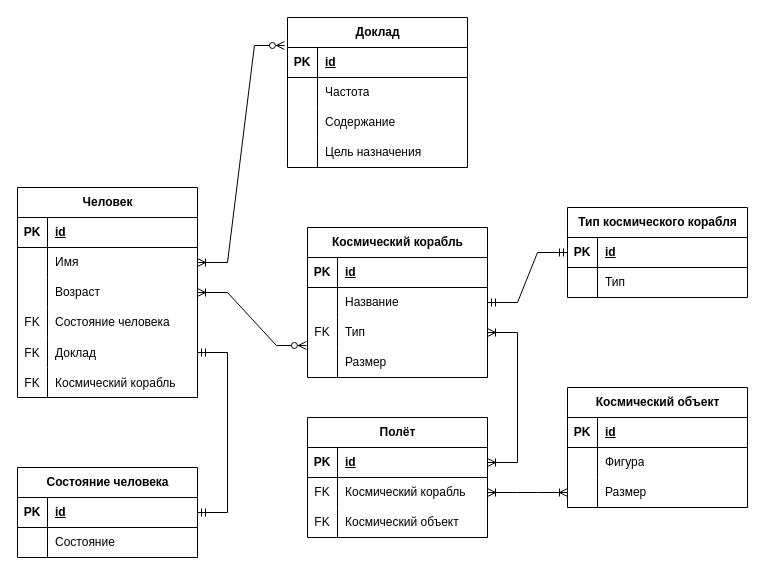
Before: lab1/diagramma.drawio in ExcaliBBur/data_bases, a draw.io diagram. Source tidied: cells renumbered, new cells numbered last; positions are measured from the earlier drawing's top-left corner, leaving out a move shared by most shapes. Both pictures are drawn from the tidied source at 100%, with x=0, y=0 at pixel (17, 17).
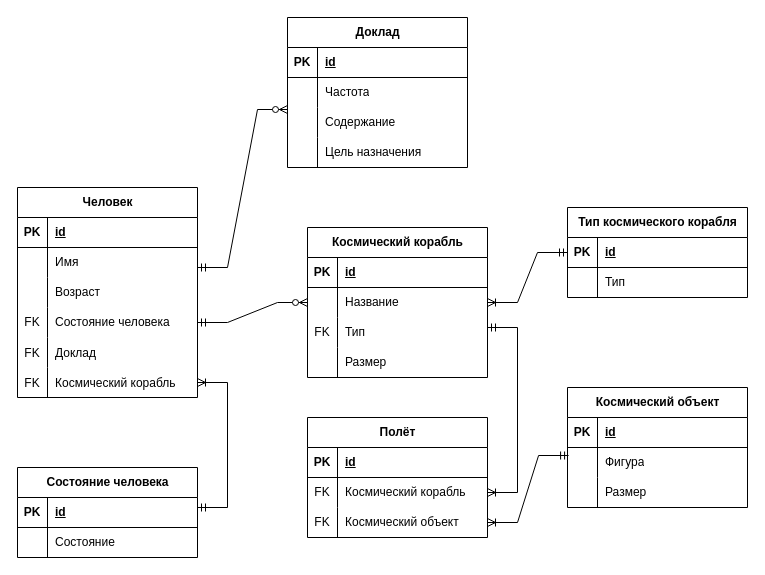
Above is the later version.

Unchanged cells that the change refers to:
```xml
<mxCell id="6" style="shape=tableRow;horizontal=0;startSize=0;swimlaneHead=0;swimlaneBody=0;fillColor=none;points=[[0,0.5],[1,0.5]];portConstraint=eastwest;top=0;left=0;right=0;bottom=0;" parent="2" vertex="1">
  <mxGeometry y="60" width="180" height="30" as="geometry" />
</mxCell>
<mxCell id="9" style="shape=tableRow;horizontal=0;startSize=0;swimlaneHead=0;swimlaneBody=0;fillColor=none;points=[[0,0.5],[1,0.5]];portConstraint=eastwest;top=0;left=0;right=0;bottom=0;" parent="2" vertex="1">
  <mxGeometry y="90" width="180" height="30" as="geometry" />
</mxCell>
<mxCell id="12" style="shape=tableRow;horizontal=0;startSize=0;swimlaneHead=0;swimlaneBody=0;fillColor=none;points=[[0,0.5],[1,0.5]];portConstraint=eastwest;top=0;left=0;right=0;bottom=0;" parent="2" vertex="1">
  <mxGeometry y="120" width="180" height="30" as="geometry" />
</mxCell>
<mxCell id="15" style="shape=tableRow;horizontal=0;startSize=0;swimlaneHead=0;swimlaneBody=0;fillColor=none;points=[[0,0.5],[1,0.5]];portConstraint=eastwest;top=0;left=0;right=0;bottom=0;" parent="2" vertex="1">
  <mxGeometry y="150" width="180" height="30" as="geometry" />
</mxCell>
<mxCell id="18" style="shape=tableRow;horizontal=0;startSize=0;swimlaneHead=0;swimlaneBody=0;fillColor=none;points=[[0,0.5],[1,0.5]];portConstraint=eastwest;top=0;left=0;right=0;bottom=0;" parent="2" vertex="1">
  <mxGeometry y="180" width="180" height="30" as="geometry" />
</mxCell>
<mxCell id="25" style="shape=tableRow;horizontal=0;startSize=0;swimlaneHead=0;swimlaneBody=0;fillColor=none;points=[[0,0.5],[1,0.5]];portConstraint=eastwest;top=0;left=0;right=0;bottom=0;" parent="21" vertex="1">
  <mxGeometry y="60" width="180" height="30" as="geometry" />
</mxCell>
<mxCell id="28" style="shape=tableRow;horizontal=0;startSize=0;swimlaneHead=0;swimlaneBody=0;fillColor=none;points=[[0,0.5],[1,0.5]];portConstraint=eastwest;top=0;left=0;right=0;bottom=0;" parent="21" vertex="1">
  <mxGeometry y="90" width="180" height="30" as="geometry" />
</mxCell>
<mxCell id="31" style="shape=tableRow;horizontal=0;startSize=0;swimlaneHead=0;swimlaneBody=0;fillColor=none;points=[[0,0.5],[1,0.5]];portConstraint=eastwest;top=0;left=0;right=0;bottom=0;" parent="21" vertex="1">
  <mxGeometry y="120" width="180" height="30" as="geometry" />
</mxCell>
<mxCell id="38" style="shape=tableRow;horizontal=0;startSize=0;swimlaneHead=0;swimlaneBody=0;fillColor=none;points=[[0,0.5],[1,0.5]];portConstraint=eastwest;top=0;left=0;right=0;bottom=0;" parent="34" vertex="1">
  <mxGeometry y="60" width="180" height="30" as="geometry" />
</mxCell>
<mxCell id="41" style="shape=tableRow;horizontal=0;startSize=0;swimlaneHead=0;swimlaneBody=0;fillColor=none;points=[[0,0.5],[1,0.5]];portConstraint=eastwest;top=0;left=0;right=0;bottom=0;" parent="34" vertex="1">
  <mxGeometry y="90" width="180" height="30" as="geometry" />
</mxCell>
<mxCell id="45" style="shape=tableRow;horizontal=0;startSize=0;swimlaneHead=0;swimlaneBody=0;fillColor=none;points=[[0,0.5],[1,0.5]];portConstraint=eastwest;top=0;left=0;right=0;bottom=1;" parent="44" vertex="1">
  <mxGeometry y="30" width="180" height="30" as="geometry" />
</mxCell>
<mxCell id="51" style="shape=tableRow;horizontal=0;startSize=0;swimlaneHead=0;swimlaneBody=0;fillColor=none;points=[[0,0.5],[1,0.5]];portConstraint=eastwest;top=0;left=0;right=0;bottom=0;" parent="44" vertex="1">
  <mxGeometry y="90" width="180" height="30" as="geometry" />
</mxCell>
<mxCell id="58" style="shape=tableRow;horizontal=0;startSize=0;swimlaneHead=0;swimlaneBody=0;fillColor=none;points=[[0,0.5],[1,0.5]];portConstraint=eastwest;top=0;left=0;right=0;bottom=1;" parent="57" vertex="1">
  <mxGeometry y="30" width="180" height="30" as="geometry" />
</mxCell>
<mxCell id="65" style="shape=tableRow;horizontal=0;startSize=0;swimlaneHead=0;swimlaneBody=0;fillColor=none;points=[[0,0.5],[1,0.5]];portConstraint=eastwest;top=0;left=0;right=0;bottom=1;" parent="64" vertex="1">
  <mxGeometry y="30" width="180" height="30" as="geometry" />
</mxCell>
<mxCell id="68" style="shape=tableRow;horizontal=0;startSize=0;swimlaneHead=0;swimlaneBody=0;fillColor=none;points=[[0,0.5],[1,0.5]];portConstraint=eastwest;top=0;left=0;right=0;bottom=0;" parent="64" vertex="1">
  <mxGeometry y="60" width="180" height="30" as="geometry" />
</mxCell>
<mxCell id="71" style="shape=tableRow;horizontal=0;startSize=0;swimlaneHead=0;swimlaneBody=0;fillColor=none;points=[[0,0.5],[1,0.5]];portConstraint=eastwest;top=0;left=0;right=0;bottom=0;" parent="64" vertex="1">
  <mxGeometry y="90" width="180" height="30" as="geometry" />
</mxCell>
<mxCell id="77" style="shape=tableRow;horizontal=0;startSize=0;swimlaneHead=0;swimlaneBody=0;fillColor=none;points=[[0,0.5],[1,0.5]];portConstraint=eastwest;top=0;left=0;right=0;bottom=1;" parent="76" vertex="1">
  <mxGeometry y="30" width="180" height="30" as="geometry" />
</mxCell>
```

Change to the diagram source:
```diff
@@
-    <mxCell id="74" style="edgeStyle=entityRelationEdgeStyle;fontSize=12;html=1;endArrow=ERoneToMany;startArrow=ERzeroToMany;rounded=0;entryX=1;entryY=0.5;entryDx=0;entryDy=0;exitX=-0.017;exitY=-0.067;exitDx=0;exitDy=0;exitPerimeter=0;" parent="1" edge="1" source="45" target="6">
-      <mxGeometry relative="1" as="geometry">
-        <Array as="points">
-          <mxPoint x="150" y="200" />
-        </Array>
-      </mxGeometry>
-    </mxCell>
-    <mxCell id="75" style="edgeStyle=entityRelationEdgeStyle;fontSize=12;html=1;endArrow=ERoneToMany;startArrow=ERzeroToMany;rounded=0;entryX=1;entryY=0.5;entryDx=0;entryDy=0;exitX=-0.006;exitY=-0.067;exitDx=0;exitDy=0;exitPerimeter=0;" parent="1" edge="1" source="31" target="9">
-      <mxGeometry relative="1" as="geometry">
-        <Array as="points">
-          <mxPoint x="190" y="360" />
-        </Array>
-      </mxGeometry>
-    </mxCell>
@@
-    <mxCell id="83" style="edgeStyle=entityRelationEdgeStyle;fontSize=12;html=1;endArrow=ERmandOne;startArrow=ERmandOne;rounded=0;exitX=1;exitY=0.5;exitDx=0;exitDy=0;entryX=0;entryY=0.5;entryDx=0;entryDy=0;" parent="1" edge="1" source="25" target="77">
-      <mxGeometry relative="1" as="geometry" />
-    </mxCell>
-    <mxCell id="84" style="edgeStyle=entityRelationEdgeStyle;fontSize=12;html=1;endArrow=ERoneToMany;startArrow=ERoneToMany;rounded=0;exitX=1;exitY=0.5;exitDx=0;exitDy=0;" parent="1" edge="1" source="28" target="65">
-      <mxGeometry relative="1" as="geometry">
-        <Array as="points">
-          <mxPoint x="530" y="440" />
-          <mxPoint x="540" y="430" />
-        </Array>
-      </mxGeometry>
-    </mxCell>
-    <mxCell id="85" style="edgeStyle=entityRelationEdgeStyle;fontSize=12;html=1;endArrow=ERoneToMany;startArrow=ERoneToMany;rounded=0;entryX=0;entryY=0.5;entryDx=0;entryDy=0;" parent="1" edge="1" source="68" target="41">
-      <mxGeometry relative="1" as="geometry" />
-    </mxCell>
-    <mxCell id="86" style="edgeStyle=entityRelationEdgeStyle;fontSize=12;html=1;endArrow=ERmandOne;startArrow=ERmandOne;rounded=0;exitX=1;exitY=0.5;exitDx=0;exitDy=0;entryX=1;entryY=0.5;entryDx=0;entryDy=0;" parent="1" edge="1" source="15" target="58">
-      <mxGeometry relative="1" as="geometry" />
-    </mxCell>
+    <mxCell id="87" style="edgeStyle=entityRelationEdgeStyle;fontSize=12;html=1;endArrow=ERoneToMany;startArrow=ERmandOne;rounded=0;entryX=1;entryY=0.5;entryDx=0;entryDy=0;" parent="1" edge="1" target="68">
+      <mxGeometry relative="1" as="geometry">
+        <mxPoint x="470" y="310" as="sourcePoint" />
+      </mxGeometry>
+    </mxCell>
+    <mxCell id="88" style="edgeStyle=entityRelationEdgeStyle;fontSize=12;html=1;endArrow=ERzeroToMany;startArrow=ERmandOne;rounded=0;entryX=0;entryY=0.067;entryDx=0;entryDy=0;entryPerimeter=0;" parent="1" edge="1" target="51">
+      <mxGeometry relative="1" as="geometry">
+        <mxPoint x="180" y="250" as="sourcePoint" />
+      </mxGeometry>
+    </mxCell>
+    <mxCell id="89" style="edgeStyle=entityRelationEdgeStyle;fontSize=12;html=1;endArrow=ERoneToMany;startArrow=ERmandOne;rounded=0;entryX=1;entryY=0.5;entryDx=0;entryDy=0;" parent="1" edge="1" target="18">
+      <mxGeometry relative="1" as="geometry">
+        <mxPoint x="180" y="490" as="sourcePoint" />
+      </mxGeometry>
+    </mxCell>
+    <mxCell id="90" style="edgeStyle=entityRelationEdgeStyle;fontSize=12;html=1;endArrow=ERzeroToMany;startArrow=ERmandOne;rounded=0;entryX=0;entryY=0.5;entryDx=0;entryDy=0;exitX=1;exitY=0.5;exitDx=0;exitDy=0;" parent="1" edge="1" source="12" target="25">
+      <mxGeometry relative="1" as="geometry" />
+    </mxCell>
+    <mxCell id="91" style="edgeStyle=entityRelationEdgeStyle;fontSize=12;html=1;endArrow=ERoneToMany;startArrow=ERmandOne;rounded=0;entryX=1;entryY=0.5;entryDx=0;entryDy=0;exitX=0.006;exitY=0.267;exitDx=0;exitDy=0;exitPerimeter=0;" parent="1" edge="1" source="38" target="71">
+      <mxGeometry relative="1" as="geometry" />
+    </mxCell>
+    <mxCell id="92" style="edgeStyle=entityRelationEdgeStyle;fontSize=12;html=1;endArrow=ERoneToMany;startArrow=ERmandOne;rounded=0;exitX=0;exitY=0.5;exitDx=0;exitDy=0;entryX=1;entryY=0.5;entryDx=0;entryDy=0;" parent="1" edge="1" source="77" target="25">
+      <mxGeometry relative="1" as="geometry" />
+    </mxCell>
```
